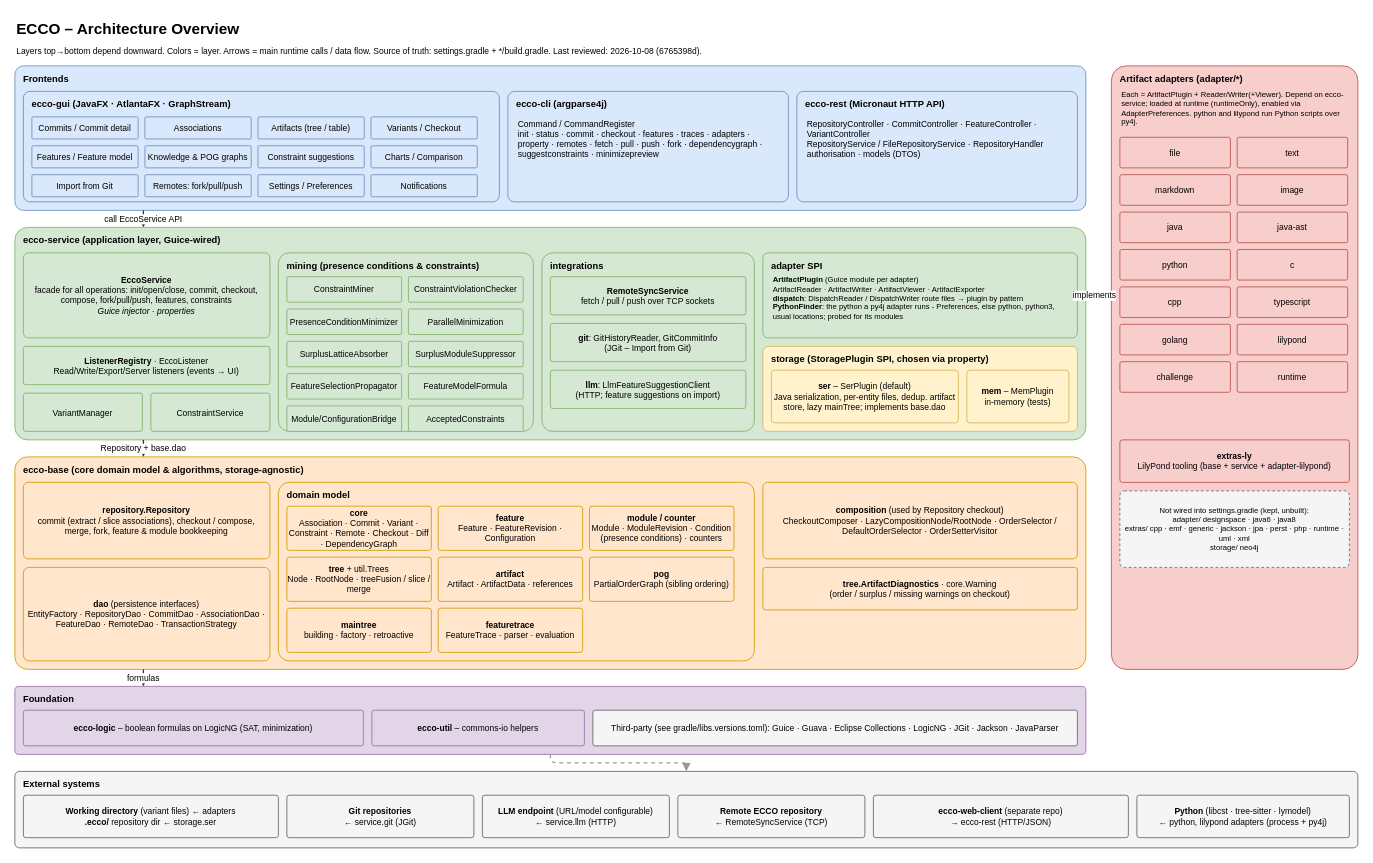
Before: page "Architecture" (1 of 2) of doc/ecco-architecture.drawio in jku-isse/ecco, a draw.io diagram. Source tidied: cells renumbered, new cells numbered last; positions are measured from the earlier drawing's top-left corner, leaving out a move shared by most shapes. Both pictures are drawn from the tidied source at 85%, with x=0, y=0 at pixel (14, 14).
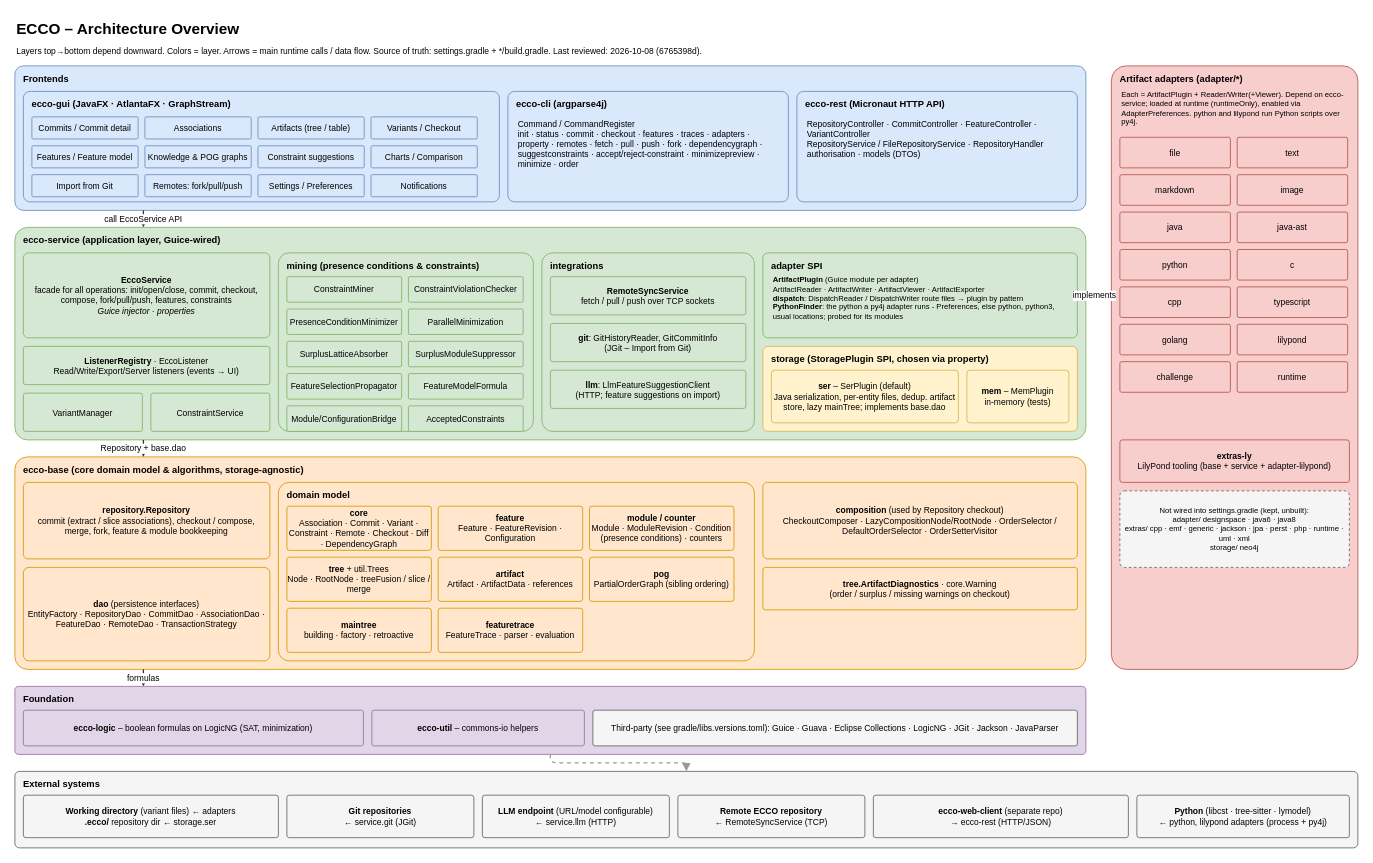
The same diagram, later.

Commit message (it also covers changes not shown here):
Documentation brought up to date with the adapter, checkout and commit changes

Unchanged cells that the change refers to:
```xml
<mxCell id="18" value="ecco-cli  (argparse4j)" style="rounded=1;whiteSpace=wrap;html=1;fillColor=#dae8fc;strokeColor=#6c8ebf;fontSize=11;arcSize=6;verticalAlign=top;align=left;spacingLeft=8;spacingTop=2;fontStyle=1;" parent="4" vertex="1">
  <mxGeometry x="580" y="30" width="330" height="130" as="geometry" />
</mxCell>
```

The edit, as a diff of the source:
```diff
@@
-    <mxCell id="19" value="Command / CommandRegister&lt;br&gt;init · status · commit · checkout · features · traces · adapters · property · remotes · fetch · pull · push · fork · dependencygraph · suggestconstraints · minimizepreview" style="text;html=1;whiteSpace=wrap;align=left;verticalAlign=top;fontSize=10;" parent="18" vertex="1">
+    <mxCell id="19" value="Command / CommandRegister&lt;br&gt;init · status · commit · checkout · features · traces · adapters · property · remotes · fetch · pull · push · fork · dependencygraph · suggestconstraints · accept/reject-constraint · minimizepreview · minimize · order" style="text;html=1;whiteSpace=wrap;align=left;verticalAlign=top;fontSize=10;" parent="18" vertex="1">
       <mxGeometry x="10" y="26" width="310" height="100" as="geometry" />
     </mxCell>
```
